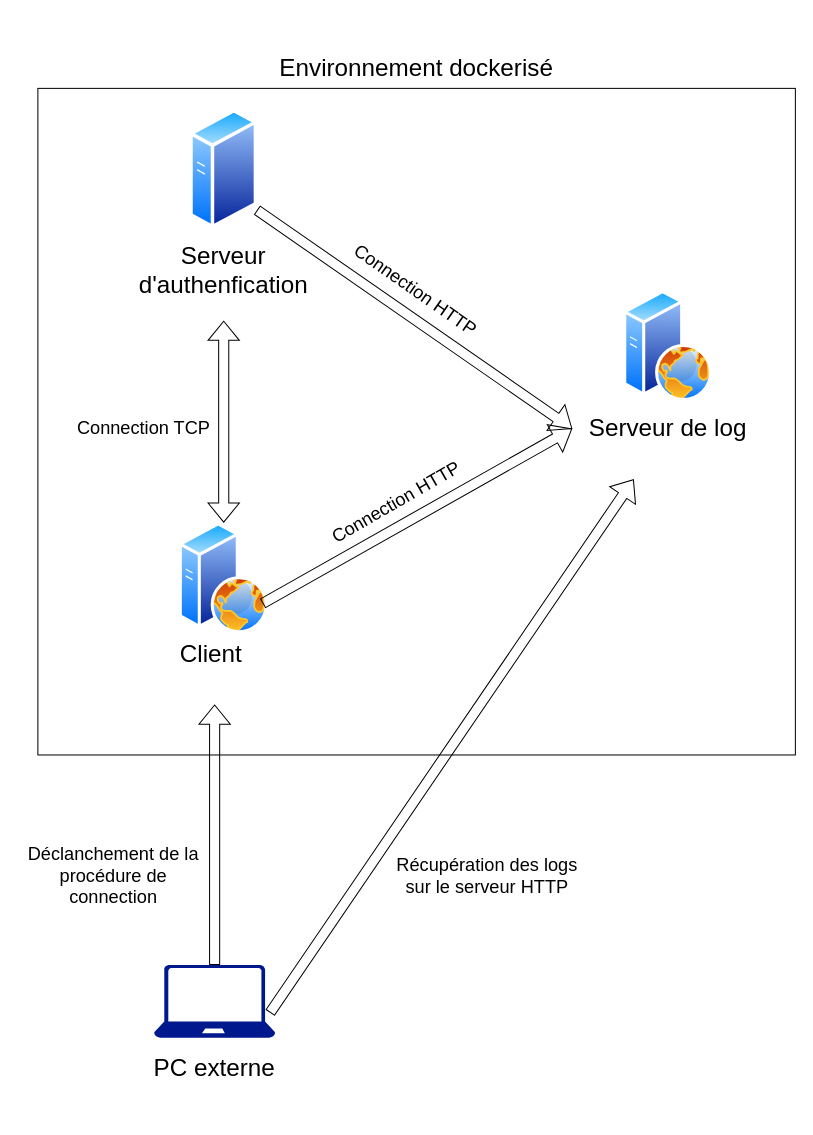
This is TP_SEC105_SCHEMA.drawio from Vozec/TP_SEC105, a draw.io file, before an edit. Source tidied: cells renumbered, new cells numbered last; positions are measured from the earlier drawing's top-left corner, leaving out a move shared by most shapes. Both pictures are drawn from the tidied source at 101%, with x=0, y=0 at pixel (17, 17).
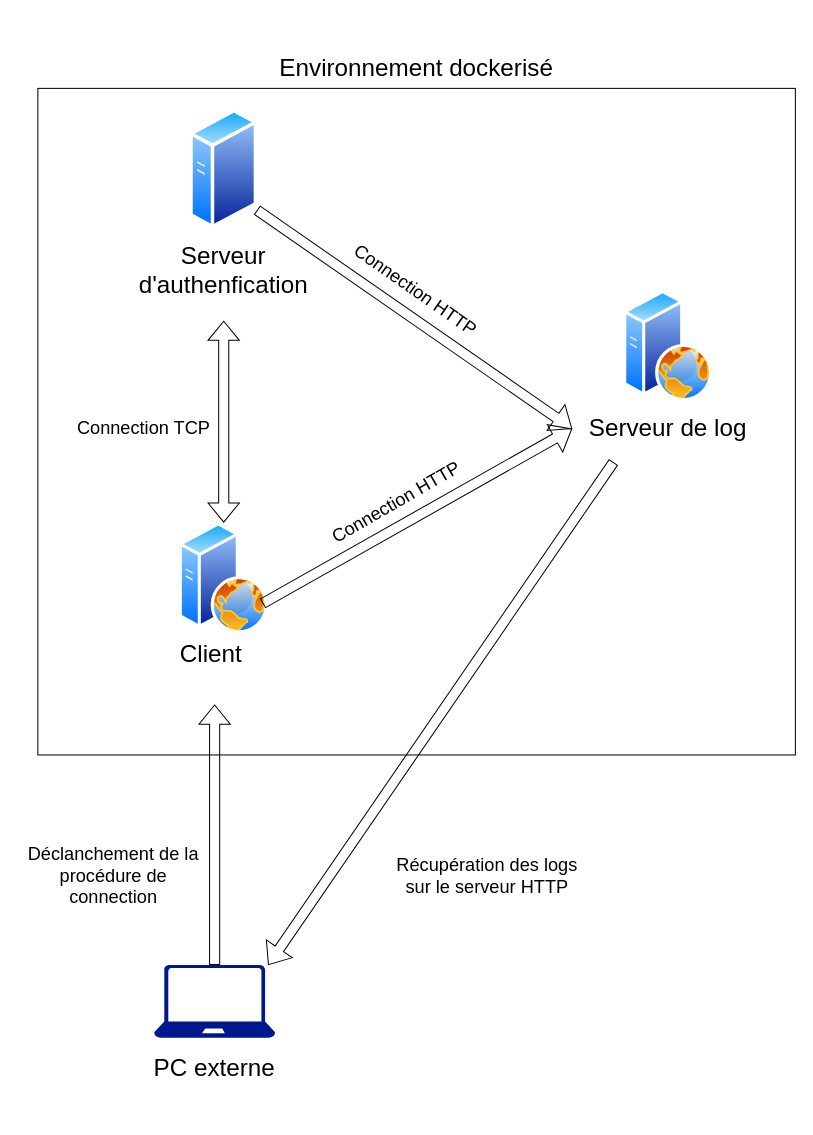
The same diagram, later.

Commit message:
Patch arraw

Unchanged cells that the change refers to:
```xml
<mxCell id="3" style="sketch=0;shadow=0;dashed=0;html=1;strokeColor=none;labelPosition=center;verticalLabelPosition=bottom;verticalAlign=top;align=center;fillColor=#00188D;shape=mxgraph.azure.laptop;" parent="1" vertex="1">
  <mxGeometry x="135" y="938" width="120" height="72" as="geometry" />
</mxCell>
<mxCell id="9" value="&lt;font style=&quot;font-size: 24px;&quot;&gt;Serveur de log&lt;/font&gt;" style="text;strokeColor=none;align=center;fillColor=none;html=1;verticalAlign=middle;whiteSpace=wrap;rounded=0;" parent="1" vertex="1">
  <mxGeometry x="549" y="357" width="190" height="100" as="geometry" />
</mxCell>
```

Change to the diagram source:
```diff
@@
-    <mxCell id="20" style="shape=flexArrow;endArrow=classic;html=1;rounded=0;exitX=0.957;exitY=0.656;exitDx=0;exitDy=0;exitPerimeter=0;" parent="1" edge="1" source="3" target="9">
-      <mxGeometry relative="1" as="geometry" />
-    </mxCell>
@@
+    <mxCell id="22" style="shape=flexArrow;endArrow=classic;html=1;rounded=0;" parent="1" edge="1">
+      <mxGeometry relative="1" as="geometry">
+        <mxPoint x="590" y="440" as="sourcePoint" />
+        <mxPoint x="248" y="938" as="targetPoint" />
+      </mxGeometry>
+    </mxCell>
```
